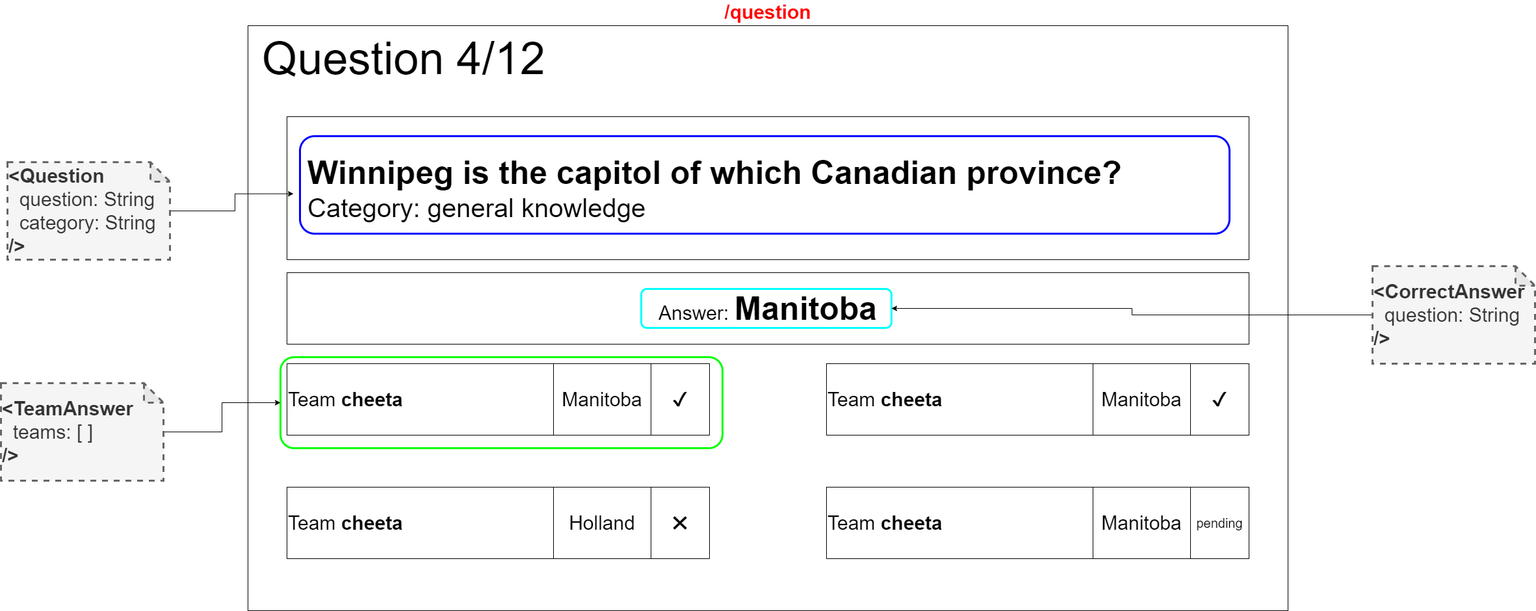
Before: docs/wireframes-with-react-components/scoreboard-answers.png, a diagram exported from draw.io (IkBenDeSjaak/Quizzer). Source tidied: cells renumbered, new cells last; positions are measured from the earlier drawing's top-left corner, leaving out a move shared by most shapes.
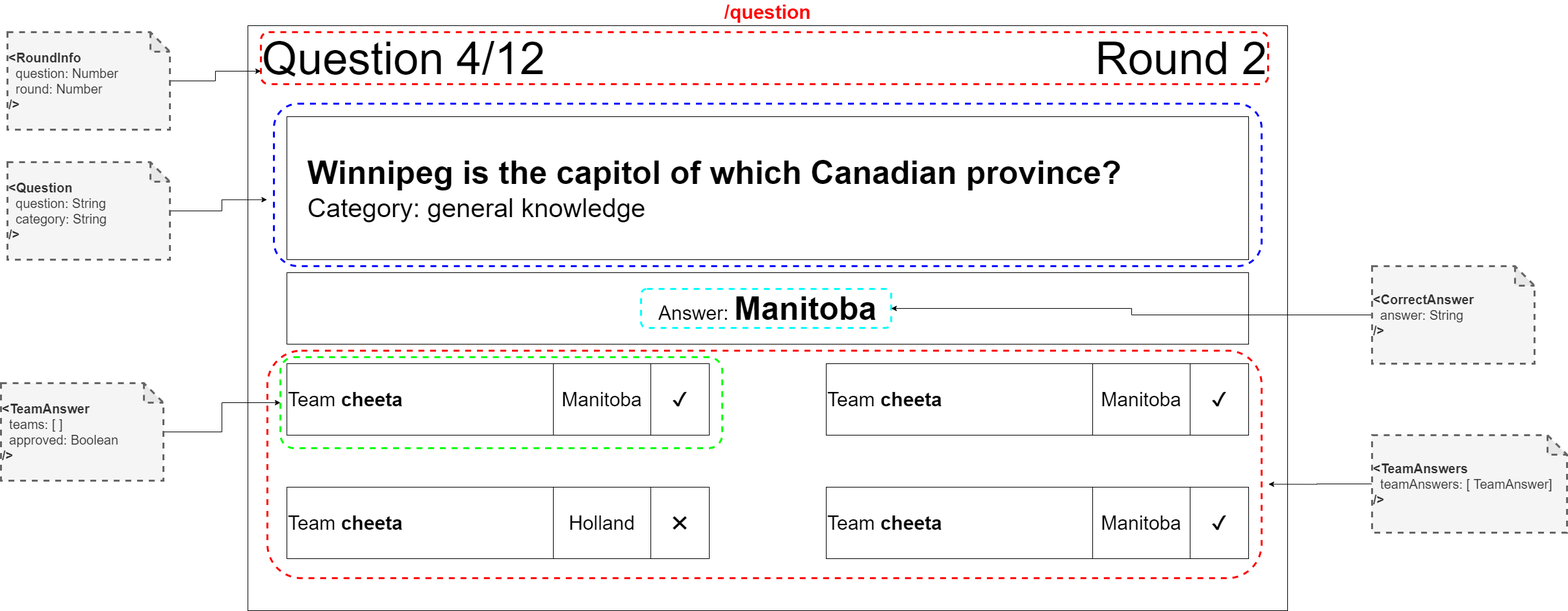
Later version of the same file.

Change to the diagram source:
```diff
@@ -44,7 +44,7 @@
     <mxCell id="15" value="&lt;font style=&quot;font-size: 30px&quot;&gt;✔&lt;/font&gt;" style="rounded=0;whiteSpace=wrap;html=1;" parent="1" vertex="1">
       <mxGeometry x="1000" y="520" width="90" height="110" as="geometry" />
     </mxCell>
-    <mxCell id="16" value="&lt;font style=&quot;font-size: 20px&quot;&gt;pending&lt;/font&gt;" style="rounded=0;whiteSpace=wrap;html=1;" parent="1" vertex="1">
+    <mxCell id="16" value="&lt;font style=&quot;font-size: 30px&quot;&gt;✔&lt;/font&gt;" style="rounded=0;whiteSpace=wrap;html=1;" parent="1" vertex="1">
       <mxGeometry x="1830" y="710" width="90" height="110" as="geometry" />
     </mxCell>
     <mxCell id="17" value="&lt;span style=&quot;font-size: 30px&quot;&gt;✖&lt;/span&gt;" style="rounded=0;whiteSpace=wrap;html=1;" parent="1" vertex="1">
@@ -53,32 +53,53 @@
     <mxCell id="18" value="&lt;font style=&quot;font-size: 30px&quot;&gt;✔&lt;/font&gt;" style="rounded=0;whiteSpace=wrap;html=1;" parent="1" vertex="1">
       <mxGeometry x="1830" y="520" width="90" height="110" as="geometry" />
     </mxCell>
-    <mxCell id="19" style="rounded=1;whiteSpace=wrap;html=1;fillColor=none;strokeColor=#0000FF;strokeWidth=3;" parent="1" vertex="1">
-      <mxGeometry x="460" y="170" width="1430" height="150" as="geometry" />
+    <mxCell id="19" style="rounded=1;whiteSpace=wrap;html=1;fillColor=none;strokeColor=#0000FF;strokeWidth=3;dashed=1;" parent="1" vertex="1">
+      <mxGeometry x="420" y="120" width="1520" height="250" as="geometry" />
     </mxCell>
-    <mxCell id="20" style="rounded=1;whiteSpace=wrap;html=1;strokeWidth=3;fillColor=none;strokeColor=#00FFFF;" parent="1" vertex="1">
+    <mxCell id="20" style="rounded=1;whiteSpace=wrap;html=1;strokeWidth=3;fillColor=none;strokeColor=#00FFFF;dashed=1;" parent="1" vertex="1">
       <mxGeometry x="985" y="405" width="385" height="60" as="geometry" />
     </mxCell>
-    <mxCell id="21" style="rounded=1;whiteSpace=wrap;html=1;strokeWidth=3;fillColor=none;strokeColor=#00FF00;" parent="1" vertex="1">
+    <mxCell id="21" style="rounded=1;whiteSpace=wrap;html=1;strokeWidth=3;fillColor=none;strokeColor=#00FF00;dashed=1;" parent="1" vertex="1">
       <mxGeometry x="430" y="510" width="680" height="140" as="geometry" />
     </mxCell>
     <mxCell id="22" style="edgeStyle=orthogonalEdgeStyle;rounded=0;jettySize=auto;html=1;entryX=-0.007;entryY=0.591;entryDx=0;entryDy=0;entryPerimeter=0;fontSize=30;" parent="1" edge="1" source="23" target="19">
       <mxGeometry relative="1" as="geometry" />
     </mxCell>
-    <mxCell id="23" value="&lt;b&gt;&amp;lt;Question&lt;br&gt;&amp;nbsp; &lt;/b&gt;question: String&lt;br&gt;&amp;nbsp; category: String&lt;br&gt;&lt;b&gt;/&amp;gt;&lt;/b&gt;" style="shape=note;whiteSpace=wrap;html=1;backgroundOutline=1;darkOpacity=0.05;strokeColor=#666666;strokeWidth=3;fillColor=#f5f5f5;fontColor=#333333;dashed=1;align=left;fontSize=30;" parent="1" vertex="1">
+    <mxCell id="23" value="&lt;b style=&quot;font-size: 20px;&quot;&gt;&amp;lt;Question&lt;br style=&quot;font-size: 20px;&quot;&gt;&amp;nbsp; &lt;/b&gt;question: String&lt;br style=&quot;font-size: 20px;&quot;&gt;&amp;nbsp; category: String&lt;br style=&quot;font-size: 20px;&quot;&gt;&lt;b style=&quot;font-size: 20px;&quot;&gt;/&amp;gt;&lt;/b&gt;" style="shape=note;whiteSpace=wrap;html=1;backgroundOutline=1;darkOpacity=0.05;strokeColor=#666666;strokeWidth=3;fillColor=#f5f5f5;fontColor=#333333;dashed=1;align=left;fontSize=20;" parent="1" vertex="1">
       <mxGeometry x="10" y="210" width="250" height="150" as="geometry" />
     </mxCell>
     <mxCell id="24" style="edgeStyle=orthogonalEdgeStyle;rounded=0;jettySize=auto;html=1;entryX=0;entryY=0.5;entryDx=0;entryDy=0;fontSize=30;" parent="1" edge="1" source="25" target="21">
       <mxGeometry relative="1" as="geometry" />
     </mxCell>
-    <mxCell id="25" value="&lt;b&gt;&amp;lt;TeamAnswer&lt;br&gt;&amp;nbsp; &lt;/b&gt;teams: [ ]&lt;br&gt;&lt;b&gt;/&amp;gt;&lt;/b&gt;" style="shape=note;whiteSpace=wrap;html=1;backgroundOutline=1;darkOpacity=0.05;strokeColor=#666666;strokeWidth=3;fillColor=#f5f5f5;fontColor=#333333;dashed=1;align=left;fontSize=30;" parent="1" vertex="1">
+    <mxCell id="25" value="&lt;b style=&quot;font-size: 20px&quot;&gt;&amp;lt;TeamAnswer&lt;br style=&quot;font-size: 20px&quot;&gt;&amp;nbsp; &lt;/b&gt;teams: [ ]&lt;br&gt;&amp;nbsp; approved: Boolean&lt;br style=&quot;font-size: 20px&quot;&gt;&lt;b style=&quot;font-size: 20px&quot;&gt;/&amp;gt;&lt;/b&gt;" style="shape=note;whiteSpace=wrap;html=1;backgroundOutline=1;darkOpacity=0.05;strokeColor=#666666;strokeWidth=3;fillColor=#f5f5f5;fontColor=#333333;dashed=1;align=left;fontSize=20;" parent="1" vertex="1">
       <mxGeometry y="550" width="250" height="150" as="geometry" />
     </mxCell>
     <mxCell id="26" style="edgeStyle=orthogonalEdgeStyle;rounded=0;jettySize=auto;html=1;entryX=1;entryY=0.5;entryDx=0;entryDy=0;fontSize=30;" parent="1" edge="1" source="27" target="20">
       <mxGeometry relative="1" as="geometry" />
     </mxCell>
-    <mxCell id="27" value="&lt;b&gt;&amp;lt;CorrectAnswer&lt;br&gt;&amp;nbsp; &lt;/b&gt;question: String&lt;br&gt;&lt;b&gt;/&amp;gt;&lt;/b&gt;" style="shape=note;whiteSpace=wrap;html=1;backgroundOutline=1;darkOpacity=0.05;strokeColor=#666666;strokeWidth=3;fillColor=#f5f5f5;fontColor=#333333;dashed=1;align=left;fontSize=30;" parent="1" vertex="1">
+    <mxCell id="27" value="&lt;b style=&quot;font-size: 20px&quot;&gt;&amp;lt;CorrectAnswer&lt;br style=&quot;font-size: 20px&quot;&gt;&amp;nbsp; &lt;/b&gt;&lt;span style=&quot;font-size: 20px&quot;&gt;answer&lt;/span&gt;: String&lt;br style=&quot;font-size: 20px&quot;&gt;&lt;b style=&quot;font-size: 20px&quot;&gt;/&amp;gt;&lt;/b&gt;" style="shape=note;whiteSpace=wrap;html=1;backgroundOutline=1;darkOpacity=0.05;strokeColor=#666666;strokeWidth=3;fillColor=#f5f5f5;fontColor=#333333;dashed=1;align=left;fontSize=20;" parent="1" vertex="1">
       <mxGeometry x="2110" y="370" width="250" height="150" as="geometry" />
     </mxCell>
+    <mxCell id="28" value="&lt;span style=&quot;font-size: 70px&quot;&gt;Round 2&lt;/span&gt;" style="text;html=1;align=right;verticalAlign=middle;" parent="1" vertex="1">
+      <mxGeometry x="1670" y="30" width="280" height="40" as="geometry" />
+    </mxCell>
+    <mxCell id="29" style="rounded=1;whiteSpace=wrap;html=1;dashed=1;fontSize=20;fillColor=none;strokeWidth=3;strokeColor=#FF0000;" parent="1" vertex="1">
+      <mxGeometry x="400" y="10" width="1550" height="80" as="geometry" />
+    </mxCell>
+    <mxCell id="30" style="edgeStyle=orthogonalEdgeStyle;rounded=0;jettySize=auto;html=1;entryX=0;entryY=0.75;entryDx=0;entryDy=0;fontSize=20;" parent="1" edge="1" source="31" target="29">
+      <mxGeometry relative="1" as="geometry" />
+    </mxCell>
+    <mxCell id="31" value="&lt;b style=&quot;font-size: 20px&quot;&gt;&amp;lt;RoundInfo&lt;br&gt;&lt;/b&gt;&amp;nbsp; question: Number&lt;br&gt;&amp;nbsp; round: Number&lt;br style=&quot;font-size: 20px&quot;&gt;&lt;b style=&quot;font-size: 20px&quot;&gt;/&amp;gt;&lt;/b&gt;" style="shape=note;whiteSpace=wrap;html=1;backgroundOutline=1;darkOpacity=0.05;strokeColor=#666666;strokeWidth=3;fillColor=#f5f5f5;fontColor=#333333;dashed=1;align=left;fontSize=20;" parent="1" vertex="1">
+      <mxGeometry x="10" y="10" width="250" height="150" as="geometry" />
+    </mxCell>
+    <mxCell id="32" style="rounded=1;whiteSpace=wrap;html=1;dashed=1;strokeColor=#FF0000;strokeWidth=3;fillColor=none;fontSize=20;" parent="1" vertex="1">
+      <mxGeometry x="410" y="500" width="1530" height="350" as="geometry" />
+    </mxCell>
+    <mxCell id="33" style="edgeStyle=orthogonalEdgeStyle;rounded=0;jettySize=auto;html=1;entryX=1.007;entryY=0.587;entryDx=0;entryDy=0;entryPerimeter=0;fontSize=20;" parent="1" edge="1" source="34" target="32">
+      <mxGeometry relative="1" as="geometry" />
+    </mxCell>
+    <mxCell id="34" value="&lt;b style=&quot;font-size: 20px&quot;&gt;&amp;lt;TeamAnswers&lt;br style=&quot;font-size: 20px&quot;&gt;&amp;nbsp; &lt;/b&gt;&lt;span style=&quot;font-size: 20px&quot;&gt;teamAnswers: [ TeamAnswer]&lt;/span&gt;&lt;br style=&quot;font-size: 20px&quot;&gt;&lt;b style=&quot;font-size: 20px&quot;&gt;/&amp;gt;&lt;/b&gt;" style="shape=note;whiteSpace=wrap;html=1;backgroundOutline=1;darkOpacity=0.05;strokeColor=#666666;strokeWidth=3;fillColor=#f5f5f5;fontColor=#333333;dashed=1;align=left;fontSize=20;" parent="1" vertex="1">
+      <mxGeometry x="2110" y="630" width="300" height="150" as="geometry" />
+    </mxCell>
   </root>
 </mxGraphModel>
```
